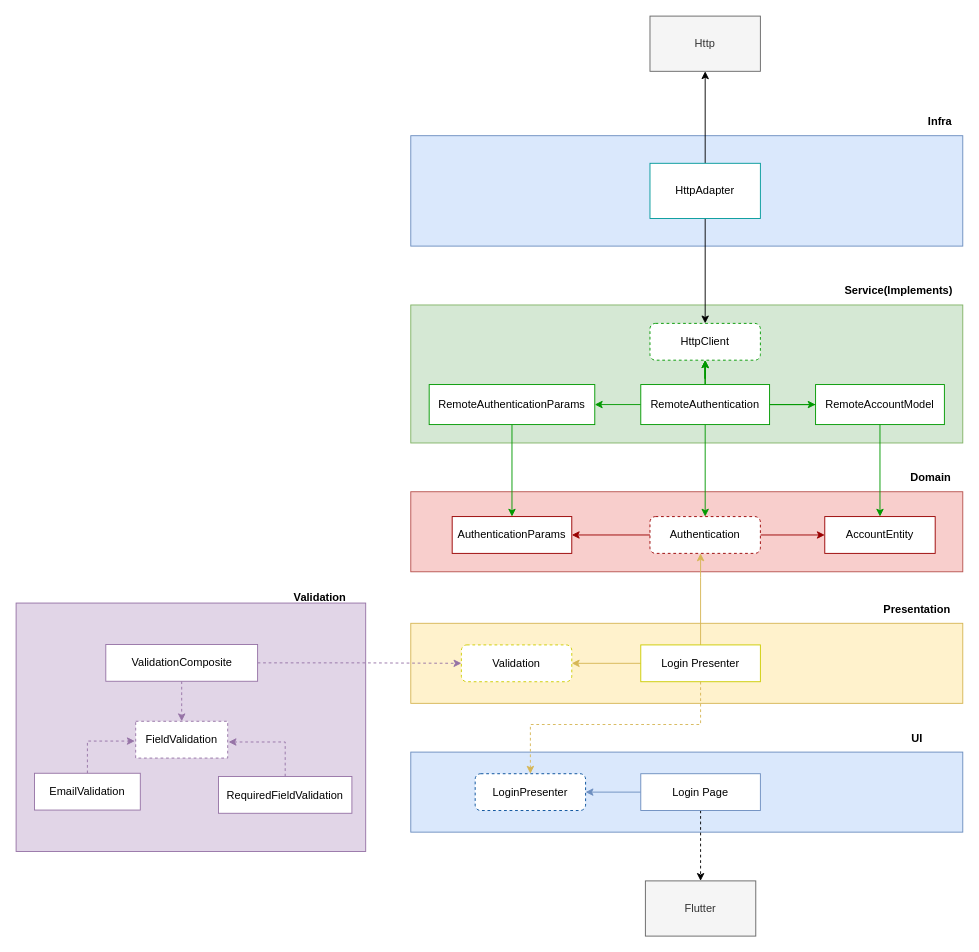
Earlier version of the draw.io diagram Untitled Diagram.drawio (VagnerWillian/estudo-tdd-clean-flutter). Source tidied: cells renumbered, new cells numbered last; positions are measured from the earlier drawing's top-left corner, leaving out a move shared by most shapes. Both pictures are drawn from the tidied source at 92%, with x=0, y=0 at pixel (16, 16).
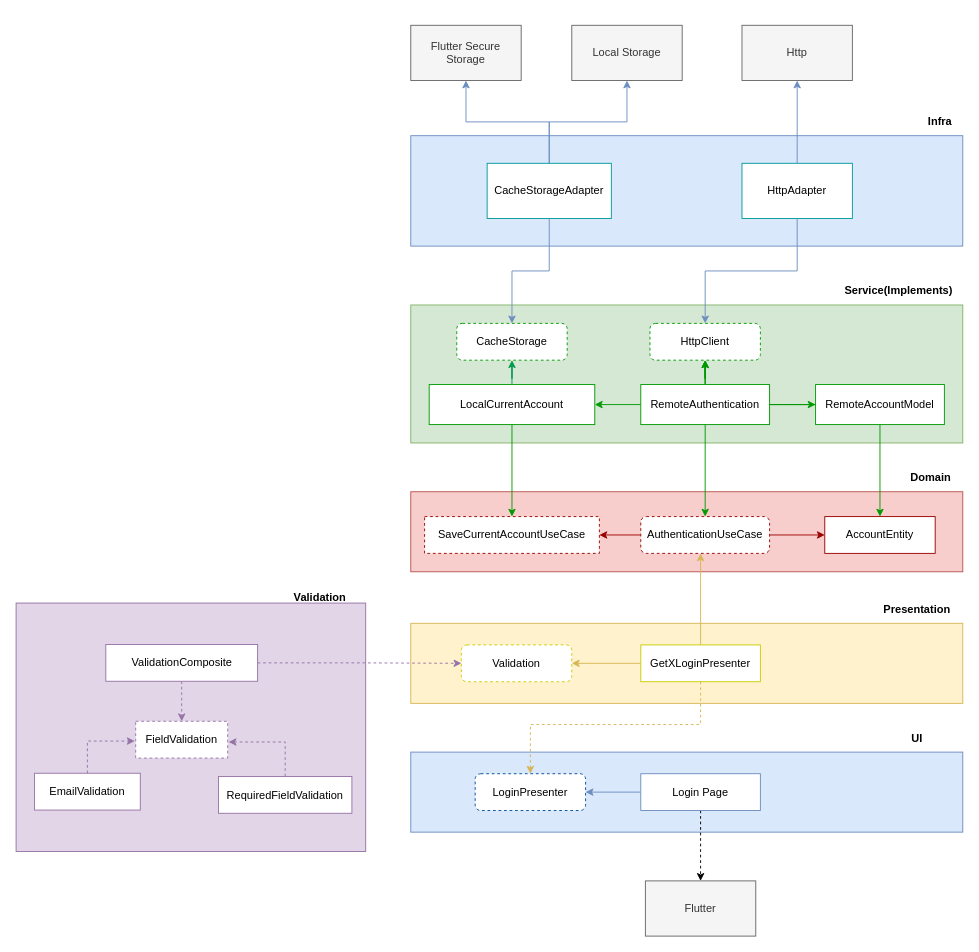
The same diagram, later.

Unchanged cells that the change refers to:
```xml
<mxCell id="18" value="HttpClient" style="rounded=1;whiteSpace=wrap;html=1;dashed=1;strokeColor=#009900;" parent="1" vertex="1">
  <mxGeometry x="689" y="334" width="120" height="40" as="geometry" />
</mxCell>
```

The edit, as a diff of the source:
```diff
@@
-    <mxCell id="6" value="Authentication" style="rounded=1;whiteSpace=wrap;html=1;dashed=1;strokeColor=#990000;" parent="1" vertex="1">
-      <mxGeometry x="689" y="544" width="120" height="40" as="geometry" />
+    <mxCell id="6" value="AuthenticationUseCase" style="rounded=1;whiteSpace=wrap;html=1;dashed=1;strokeColor=#990000;" parent="1" vertex="1">
+      <mxGeometry x="679" y="544" width="140" height="40" as="geometry" />
     </mxCell>
@@
+    <mxCell id="53" style="edgeStyle=orthogonalEdgeStyle;rounded=0;jettySize=auto;html=1;fillColor=#d5e8d4;strokeColor=#00994D;" parent="1" edge="1" source="21" target="54">
+      <mxGeometry relative="1" as="geometry" />
+    </mxCell>
-    <mxCell id="21" value="RemoteAuthenticationParams" style="rounded=0;whiteSpace=wrap;html=1;strokeColor=#009900;" parent="1" vertex="1">
+    <mxCell id="21" value="LocalCurrentAccount" style="rounded=0;whiteSpace=wrap;html=1;strokeColor=#009900;" parent="1" vertex="1">
       <mxGeometry x="449" y="400.5" width="180" height="43.5" as="geometry" />
     </mxCell>
-    <mxCell id="22" value="AuthenticationParams" style="rounded=0;whiteSpace=wrap;html=1;strokeColor=#990000;" parent="1" vertex="1">
-      <mxGeometry x="474" y="544" width="130" height="40" as="geometry" />
+    <mxCell id="22" value="SaveCurrentAccountUseCase" style="rounded=0;whiteSpace=wrap;html=1;strokeColor=#990000;dashed=1;" parent="1" vertex="1">
+      <mxGeometry x="444" y="544" width="190" height="40" as="geometry" />
     </mxCell>
@@
-    <mxCell id="25" style="edgeStyle=orthogonalEdgeStyle;rounded=0;jettySize=auto;html=1;" parent="1" edge="1" source="27" target="18">
+    <mxCell id="25" style="edgeStyle=orthogonalEdgeStyle;rounded=0;jettySize=auto;html=1;fillColor=#dae8fc;strokeColor=#6c8ebf;" parent="1" edge="1" source="27" target="18">
       <mxGeometry relative="1" as="geometry" />
     </mxCell>
-    <mxCell id="26" style="edgeStyle=orthogonalEdgeStyle;rounded=0;jettySize=auto;html=1;" parent="1" edge="1" source="27" target="28">
+    <mxCell id="26" style="edgeStyle=orthogonalEdgeStyle;rounded=0;jettySize=auto;html=1;fillColor=#dae8fc;strokeColor=#6c8ebf;" parent="1" edge="1" source="27" target="28">
       <mxGeometry relative="1" as="geometry" />
     </mxCell>
     <mxCell id="27" value="HttpAdapter" style="rounded=0;whiteSpace=wrap;html=1;strokeColor=#009999;" parent="1" vertex="1">
-      <mxGeometry x="689" y="160" width="120" height="60" as="geometry" />
+      <mxGeometry x="789" y="160" width="120" height="60" as="geometry" />
     </mxCell>
     <mxCell id="28" value="Http" style="rounded=0;whiteSpace=wrap;html=1;strokeColor=#666666;fillColor=#f5f5f5;fontColor=#333333;" parent="1" vertex="1">
-      <mxGeometry x="689" width="120" height="60" as="geometry" />
+      <mxGeometry x="789" y="10" width="120" height="60" as="geometry" />
     </mxCell>
@@
-    <mxCell id="32" value="Login Presenter" style="rounded=0;whiteSpace=wrap;html=1;strokeColor=#CCCC00;" parent="1" vertex="1">
+    <mxCell id="32" value="GetXLoginPresenter" style="rounded=0;whiteSpace=wrap;html=1;strokeColor=#CCCC00;" parent="1" vertex="1">
       <mxGeometry x="679" y="683.5" width="130" height="40" as="geometry" />
     </mxCell>
@@
+    <mxCell id="54" value="CacheStorage" style="rounded=1;whiteSpace=wrap;html=1;dashed=1;strokeColor=#009900;" parent="1" vertex="1">
+      <mxGeometry x="479" y="334" width="120" height="40" as="geometry" />
+    </mxCell>
+    <mxCell id="55" style="edgeStyle=orthogonalEdgeStyle;rounded=0;jettySize=auto;html=1;strokeColor=#6c8ebf;fillColor=#dae8fc;" parent="1" edge="1" source="58" target="60">
+      <mxGeometry relative="1" as="geometry" />
+    </mxCell>
+    <mxCell id="56" style="edgeStyle=orthogonalEdgeStyle;rounded=0;jettySize=auto;html=1;strokeColor=#6c8ebf;fillColor=#dae8fc;" parent="1" edge="1" source="58" target="59">
+      <mxGeometry relative="1" as="geometry" />
+    </mxCell>
+    <mxCell id="57" style="edgeStyle=orthogonalEdgeStyle;rounded=0;jettySize=auto;html=1;strokeColor=#6c8ebf;fillColor=#dae8fc;" parent="1" edge="1" source="58" target="54">
+      <mxGeometry relative="1" as="geometry" />
+    </mxCell>
+    <mxCell id="58" value="CacheStorageAdapter" style="rounded=0;whiteSpace=wrap;html=1;strokeColor=#009999;" parent="1" vertex="1">
+      <mxGeometry x="512" y="160" width="135" height="60" as="geometry" />
+    </mxCell>
+    <mxCell id="59" value="Local Storage" style="rounded=0;whiteSpace=wrap;html=1;strokeColor=#666666;fillColor=#f5f5f5;fontColor=#333333;" parent="1" vertex="1">
+      <mxGeometry x="604" y="10" width="120" height="60" as="geometry" />
+    </mxCell>
+    <mxCell id="60" value="Flutter Secure Storage" style="rounded=0;whiteSpace=wrap;html=1;strokeColor=#666666;fillColor=#f5f5f5;fontColor=#333333;" parent="1" vertex="1">
+      <mxGeometry x="429" y="10" width="120" height="60" as="geometry" />
+    </mxCell>
```
